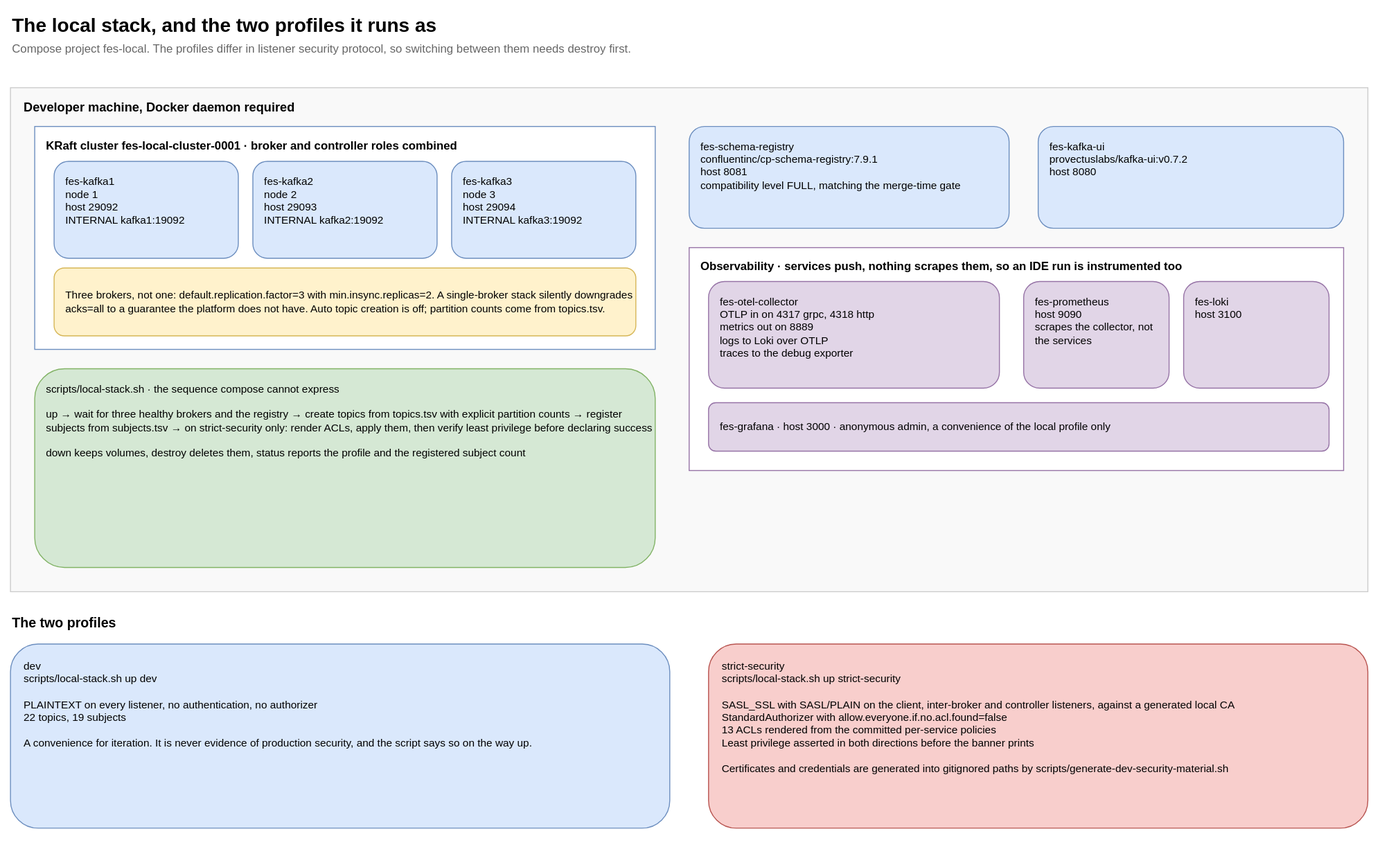
Above: guide/docs/diagrams/local-stack.svg in salgotraja/financial-event-streaming-platform (draw.io), before the change. Source tidied: cells renumbered, new cells last; positions are measured from the earlier drawing's top-left corner, leaving out a move shared by most shapes.
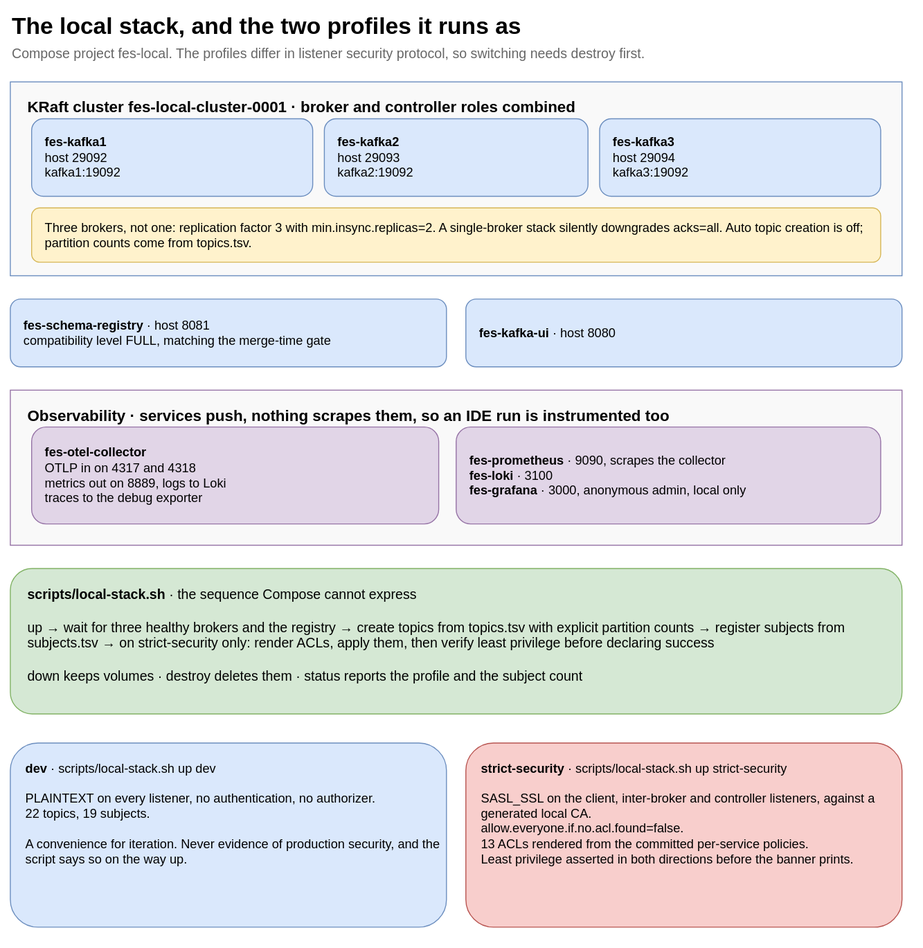
After the change.

The edit, as a diff of the source:
```diff
@@ -2,62 +2,50 @@
   <root>
     <mxCell id="0" />
     <mxCell id="1" parent="0" />
-    <mxCell id="2" value="The local stack, and the two profiles it runs as" style="text;html=1;strokeColor=none;fillColor=none;align=left;verticalAlign=middle;fontSize=20;fontStyle=1;" parent="1" vertex="1">
-      <mxGeometry width="900" height="30" as="geometry" />
+    <mxCell id="2" value="The local stack, and the two profiles it runs as" style="text;html=1;strokeColor=none;fillColor=none;align=left;verticalAlign=middle;fontSize=24;fontStyle=1;" parent="1" vertex="1">
+      <mxGeometry x="-10" y="2" width="920" height="34" as="geometry" />
     </mxCell>
-    <mxCell id="3" value="Compose project fes-local. The profiles differ in listener security protocol, so switching between them needs destroy first." style="text;html=1;strokeColor=none;fillColor=none;align=left;verticalAlign=middle;fontSize=12;fontColor=#666666;" parent="1" vertex="1">
-      <mxGeometry y="30" width="1300" height="20" as="geometry" />
+    <mxCell id="3" value="Compose project fes-local. The profiles differ in listener security protocol, so switching needs destroy first." style="text;html=1;strokeColor=none;fillColor=none;align=left;verticalAlign=middle;fontSize=14;fontColor=#666666;" parent="1" vertex="1">
+      <mxGeometry x="-10" y="36" width="920" height="22" as="geometry" />
     </mxCell>
-    <mxCell id="4" value="Developer machine, Docker daemon required" style="rounded=0;whiteSpace=wrap;html=1;fillColor=#f9f9f9;strokeColor=#cccccc;verticalAlign=top;align=left;spacingLeft=12;spacingTop=6;fontSize=13;fontStyle=1;" parent="1" vertex="1">
-      <mxGeometry y="80" width="1400" height="520" as="geometry" />
-    </mxCell>
-    <mxCell id="5" value="KRaft cluster fes-local-cluster-0001 · broker and controller roles combined" style="rounded=0;whiteSpace=wrap;html=1;fillColor=#ffffff;strokeColor=#6c8ebf;verticalAlign=top;align=left;spacingLeft=10;spacingTop=6;fontSize=12;fontStyle=1;" parent="1" vertex="1">
-      <mxGeometry x="25" y="120" width="640" height="230" as="geometry" />
+    <mxCell id="5" value="KRaft cluster fes-local-cluster-0001 · broker and controller roles combined" style="rounded=0;whiteSpace=wrap;html=1;fillColor=#f9f9f9;strokeColor=#6c8ebf;verticalAlign=top;align=left;spacingLeft=16;spacingTop=10;fontSize=16;fontStyle=1;" parent="1" vertex="1">
+      <mxGeometry x="-10" y="76" width="920" height="200" as="geometry" />
     </mxCell>
-    <mxCell id="6" value="fes-kafka1&#10;node 1&#10;host 29092&#10;INTERNAL kafka1:19092" style="rounded=1;whiteSpace=wrap;html=1;fillColor=#dae8fc;strokeColor=#6c8ebf;fontSize=11;align=left;spacingLeft=10;verticalAlign=top;spacingTop=8;" parent="1" vertex="1">
-      <mxGeometry x="45" y="156" width="190" height="100" as="geometry" />
+    <mxCell id="6" value="&lt;b&gt;fes-kafka1&lt;/b&gt;&lt;br&gt;host 29092&lt;br&gt;kafka1:19092" style="rounded=1;whiteSpace=wrap;html=1;fillColor=#dae8fc;strokeColor=#6c8ebf;fontSize=13;align=left;spacingLeft=12;verticalAlign=middle;" parent="1" vertex="1">
+      <mxGeometry x="12" y="114" width="290" height="80" as="geometry" />
     </mxCell>
-    <mxCell id="7" value="fes-kafka2&#10;node 2&#10;host 29093&#10;INTERNAL kafka2:19092" style="rounded=1;whiteSpace=wrap;html=1;fillColor=#dae8fc;strokeColor=#6c8ebf;fontSize=11;align=left;spacingLeft=10;verticalAlign=top;spacingTop=8;" parent="1" vertex="1">
-      <mxGeometry x="250" y="156" width="190" height="100" as="geometry" />
+    <mxCell id="7" value="&lt;b&gt;fes-kafka2&lt;/b&gt;&lt;br&gt;host 29093&lt;br&gt;kafka2:19092" style="rounded=1;whiteSpace=wrap;html=1;fillColor=#dae8fc;strokeColor=#6c8ebf;fontSize=13;align=left;spacingLeft=12;verticalAlign=middle;" parent="1" vertex="1">
+      <mxGeometry x="314" y="114" width="272" height="80" as="geometry" />
     </mxCell>
-    <mxCell id="8" value="fes-kafka3&#10;node 3&#10;host 29094&#10;INTERNAL kafka3:19092" style="rounded=1;whiteSpace=wrap;html=1;fillColor=#dae8fc;strokeColor=#6c8ebf;fontSize=11;align=left;spacingLeft=10;verticalAlign=top;spacingTop=8;" parent="1" vertex="1">
-      <mxGeometry x="455" y="156" width="190" height="100" as="geometry" />
+    <mxCell id="8" value="&lt;b&gt;fes-kafka3&lt;/b&gt;&lt;br&gt;host 29094&lt;br&gt;kafka3:19092" style="rounded=1;whiteSpace=wrap;html=1;fillColor=#dae8fc;strokeColor=#6c8ebf;fontSize=13;align=left;spacingLeft=12;verticalAlign=middle;" parent="1" vertex="1">
+      <mxGeometry x="598" y="114" width="290" height="80" as="geometry" />
     </mxCell>
-    <mxCell id="9" value="Three brokers, not one: default.replication.factor=3 with min.insync.replicas=2. A single-broker stack silently downgrades acks=all to a guarantee the platform does not have. Auto topic creation is off; partition counts come from topics.tsv." style="rounded=1;whiteSpace=wrap;html=1;fillColor=#fff2cc;strokeColor=#d6b656;fontSize=11;align=left;spacingLeft=10;" parent="1" vertex="1">
-      <mxGeometry x="45" y="266" width="600" height="70" as="geometry" />
+    <mxCell id="9" value="Three brokers, not one: replication factor 3 with min.insync.replicas=2. A single-broker stack silently downgrades acks=all. Auto topic creation is off; partition counts come from topics.tsv." style="rounded=1;whiteSpace=wrap;html=1;fillColor=#fff2cc;strokeColor=#d6b656;fontSize=13;align=left;spacingLeft=12;verticalAlign=middle;" parent="1" vertex="1">
+      <mxGeometry x="12" y="206" width="876" height="56" as="geometry" />
     </mxCell>
-    <mxCell id="10" value="fes-schema-registry&#10;confluentinc/cp-schema-registry:7.9.1&#10;host 8081&#10;compatibility level FULL, matching the merge-time gate" style="rounded=1;whiteSpace=wrap;html=1;fillColor=#dae8fc;strokeColor=#6c8ebf;fontSize=11;align=left;spacingLeft=10;verticalAlign=top;spacingTop=8;" parent="1" vertex="1">
-      <mxGeometry x="700" y="120" width="330" height="105" as="geometry" />
+    <mxCell id="10" value="&lt;b&gt;fes-schema-registry&lt;/b&gt; · host 8081&lt;br&gt;compatibility level FULL, matching the merge-time gate" style="rounded=1;whiteSpace=wrap;html=1;fillColor=#dae8fc;strokeColor=#6c8ebf;fontSize=13;align=left;spacingLeft=12;verticalAlign=middle;" parent="1" vertex="1">
+      <mxGeometry x="-10" y="300" width="450" height="70" as="geometry" />
     </mxCell>
-    <mxCell id="11" value="fes-kafka-ui&#10;provectuslabs/kafka-ui:v0.7.2&#10;host 8080" style="rounded=1;whiteSpace=wrap;html=1;fillColor=#dae8fc;strokeColor=#6c8ebf;fontSize=11;align=left;spacingLeft=10;verticalAlign=top;spacingTop=8;" parent="1" vertex="1">
-      <mxGeometry x="1060" y="120" width="315" height="105" as="geometry" />
+    <mxCell id="11" value="&lt;b&gt;fes-kafka-ui&lt;/b&gt; · host 8080" style="rounded=1;whiteSpace=wrap;html=1;fillColor=#dae8fc;strokeColor=#6c8ebf;fontSize=13;align=left;spacingLeft=12;verticalAlign=middle;" parent="1" vertex="1">
+      <mxGeometry x="460" y="300" width="450" height="70" as="geometry" />
     </mxCell>
-    <mxCell id="12" value="Observability · services push, nothing scrapes them, so an IDE run is instrumented too" style="rounded=0;whiteSpace=wrap;html=1;fillColor=#ffffff;strokeColor=#9673a6;verticalAlign=top;align=left;spacingLeft=10;spacingTop=6;fontSize=12;fontStyle=1;" parent="1" vertex="1">
-      <mxGeometry x="700" y="245" width="675" height="230" as="geometry" />
+    <mxCell id="12" value="Observability · services push, nothing scrapes them, so an IDE run is instrumented too" style="rounded=0;whiteSpace=wrap;html=1;fillColor=#f9f9f9;strokeColor=#9673a6;verticalAlign=top;align=left;spacingLeft=16;spacingTop=10;fontSize=16;fontStyle=1;" parent="1" vertex="1">
+      <mxGeometry x="-10" y="394" width="920" height="160" as="geometry" />
     </mxCell>
-    <mxCell id="13" value="fes-otel-collector&#10;OTLP in on 4317 grpc, 4318 http&#10;metrics out on 8889&#10;logs to Loki over OTLP&#10;traces to the debug exporter" style="rounded=1;whiteSpace=wrap;html=1;fillColor=#e1d5e7;strokeColor=#9673a6;fontSize=11;align=left;spacingLeft=10;verticalAlign=top;spacingTop=8;" parent="1" vertex="1">
-      <mxGeometry x="720" y="280" width="300" height="110" as="geometry" />
+    <mxCell id="13" value="&lt;b&gt;fes-otel-collector&lt;/b&gt;&lt;br&gt;OTLP in on 4317 and 4318&lt;br&gt;metrics out on 8889, logs to Loki&lt;br&gt;traces to the debug exporter" style="rounded=1;whiteSpace=wrap;html=1;fillColor=#e1d5e7;strokeColor=#9673a6;fontSize=13;align=left;spacingLeft=12;verticalAlign=middle;" parent="1" vertex="1">
+      <mxGeometry x="12" y="432" width="420" height="100" as="geometry" />
     </mxCell>
-    <mxCell id="14" value="fes-prometheus&#10;host 9090&#10;scrapes the collector, not the services" style="rounded=1;whiteSpace=wrap;html=1;fillColor=#e1d5e7;strokeColor=#9673a6;fontSize=11;align=left;spacingLeft=10;verticalAlign=top;spacingTop=8;" parent="1" vertex="1">
-      <mxGeometry x="1045" y="280" width="150" height="110" as="geometry" />
+    <mxCell id="14" value="&lt;b&gt;fes-prometheus&lt;/b&gt; · 9090, scrapes the collector&lt;br&gt;&lt;b&gt;fes-loki&lt;/b&gt; · 3100&lt;br&gt;&lt;b&gt;fes-grafana&lt;/b&gt; · 3000, anonymous admin, local only" style="rounded=1;whiteSpace=wrap;html=1;fillColor=#e1d5e7;strokeColor=#9673a6;fontSize=13;align=left;spacingLeft=12;verticalAlign=middle;" parent="1" vertex="1">
+      <mxGeometry x="450" y="432" width="438" height="100" as="geometry" />
     </mxCell>
-    <mxCell id="15" value="fes-loki&#10;host 3100" style="rounded=1;whiteSpace=wrap;html=1;fillColor=#e1d5e7;strokeColor=#9673a6;fontSize=11;align=left;spacingLeft=10;verticalAlign=top;spacingTop=8;" parent="1" vertex="1">
-      <mxGeometry x="1210" y="280" width="150" height="110" as="geometry" />
-    </mxCell>
-    <mxCell id="16" value="fes-grafana · host 3000 · anonymous admin, a convenience of the local profile only" style="rounded=1;whiteSpace=wrap;html=1;fillColor=#e1d5e7;strokeColor=#9673a6;fontSize=11;align=left;spacingLeft=10;" parent="1" vertex="1">
-      <mxGeometry x="720" y="405" width="640" height="50" as="geometry" />
-    </mxCell>
-    <mxCell id="17" value="scripts/local-stack.sh · the sequence compose cannot express&#10;&#10;up → wait for three healthy brokers and the registry → create topics from topics.tsv with explicit partition counts → register subjects from subjects.tsv → on strict-security only: render ACLs, apply them, then verify least privilege before declaring success&#10;&#10;down keeps volumes, destroy deletes them, status reports the profile and the registered subject count" style="rounded=1;whiteSpace=wrap;html=1;fillColor=#d5e8d4;strokeColor=#82b366;fontSize=11;align=left;spacingLeft=10;verticalAlign=top;spacingTop=8;" parent="1" vertex="1">
-      <mxGeometry x="25" y="370" width="640" height="205" as="geometry" />
+    <mxCell id="17" value="&lt;b&gt;scripts/local-stack.sh&lt;/b&gt; · the sequence Compose cannot express&lt;br&gt;&lt;br&gt;up → wait for three healthy brokers and the registry → create topics from topics.tsv with explicit partition counts → register subjects from subjects.tsv → on strict-security only: render ACLs, apply them, then verify least privilege before declaring success&lt;br&gt;&lt;br&gt;down keeps volumes · destroy deletes them · status reports the profile and the subject count" style="rounded=1;whiteSpace=wrap;html=1;fillColor=#d5e8d4;strokeColor=#82b366;fontSize=14;align=left;spacingLeft=16;verticalAlign=top;spacingTop=12;" parent="1" vertex="1">
+      <mxGeometry x="-10" y="578" width="920" height="150" as="geometry" />
     </mxCell>
-    <mxCell id="18" value="The two profiles" style="text;html=1;strokeColor=none;fillColor=none;align=left;verticalAlign=middle;fontSize=14;fontStyle=1;" parent="1" vertex="1">
-      <mxGeometry y="620" width="400" height="24" as="geometry" />
-    </mxCell>
-    <mxCell id="19" value="dev&#10;scripts/local-stack.sh up dev&#10;&#10;PLAINTEXT on every listener, no authentication, no authorizer&#10;22 topics, 19 subjects&#10;&#10;A convenience for iteration. It is never evidence of production security, and the script says so on the way up." style="rounded=1;whiteSpace=wrap;html=1;fillColor=#dae8fc;strokeColor=#6c8ebf;fontSize=11;align=left;spacingLeft=12;verticalAlign=top;spacingTop=10;" parent="1" vertex="1">
-      <mxGeometry y="654" width="680" height="190" as="geometry" />
+    <mxCell id="19" value="&lt;b&gt;dev&lt;/b&gt; · scripts/local-stack.sh up dev&lt;br&gt;&lt;br&gt;PLAINTEXT on every listener, no authentication, no authorizer.&lt;br&gt;22 topics, 19 subjects.&lt;br&gt;&lt;br&gt;A convenience for iteration. Never evidence of production security, and the script says so on the way up." style="rounded=1;whiteSpace=wrap;html=1;fillColor=#dae8fc;strokeColor=#6c8ebf;fontSize=13;align=left;spacingLeft=14;verticalAlign=top;spacingTop=12;" parent="1" vertex="1">
+      <mxGeometry x="-10" y="758" width="450" height="190" as="geometry" />
     </mxCell>
-    <mxCell id="20" value="strict-security&#10;scripts/local-stack.sh up strict-security&#10;&#10;SASL_SSL with SASL/PLAIN on the client, inter-broker and controller listeners, against a generated local CA&#10;StandardAuthorizer with allow.everyone.if.no.acl.found=false&#10;13 ACLs rendered from the committed per-service policies&#10;Least privilege asserted in both directions before the banner prints&#10;&#10;Certificates and credentials are generated into gitignored paths by scripts/generate-dev-security-material.sh" style="rounded=1;whiteSpace=wrap;html=1;fillColor=#f8cecc;strokeColor=#b85450;fontSize=11;align=left;spacingLeft=12;verticalAlign=top;spacingTop=10;" parent="1" vertex="1">
-      <mxGeometry x="720" y="654" width="680" height="190" as="geometry" />
+    <mxCell id="20" value="&lt;b&gt;strict-security&lt;/b&gt; · scripts/local-stack.sh up strict-security&lt;br&gt;&lt;br&gt;SASL_SSL on the client, inter-broker and controller listeners, against a generated local CA.&lt;br&gt;allow.everyone.if.no.acl.found=false.&lt;br&gt;13 ACLs rendered from the committed per-service policies.&lt;br&gt;Least privilege asserted in both directions before the banner prints." style="rounded=1;whiteSpace=wrap;html=1;fillColor=#f8cecc;strokeColor=#b85450;fontSize=13;align=left;spacingLeft=14;verticalAlign=top;spacingTop=12;" parent="1" vertex="1">
+      <mxGeometry x="460" y="758" width="450" height="190" as="geometry" />
     </mxCell>
   </root>
 </mxGraphModel>
```
